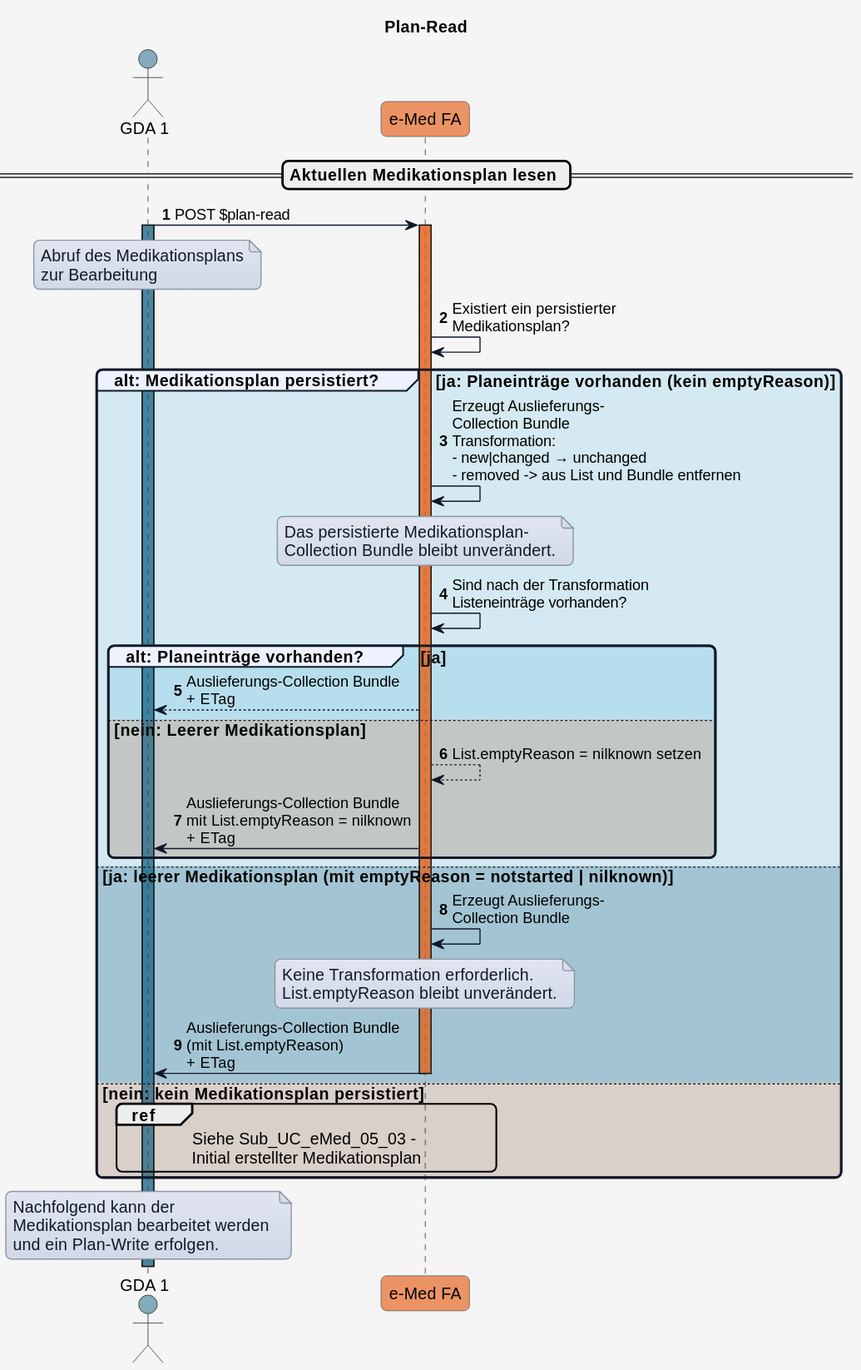
HL7Austria/hl7austria.github.io keeps this PlantUML diagram as r4-ELGA-e-Medikation-main/plantuml/UC_eMed_05_02.svg. Above is the earlier version.
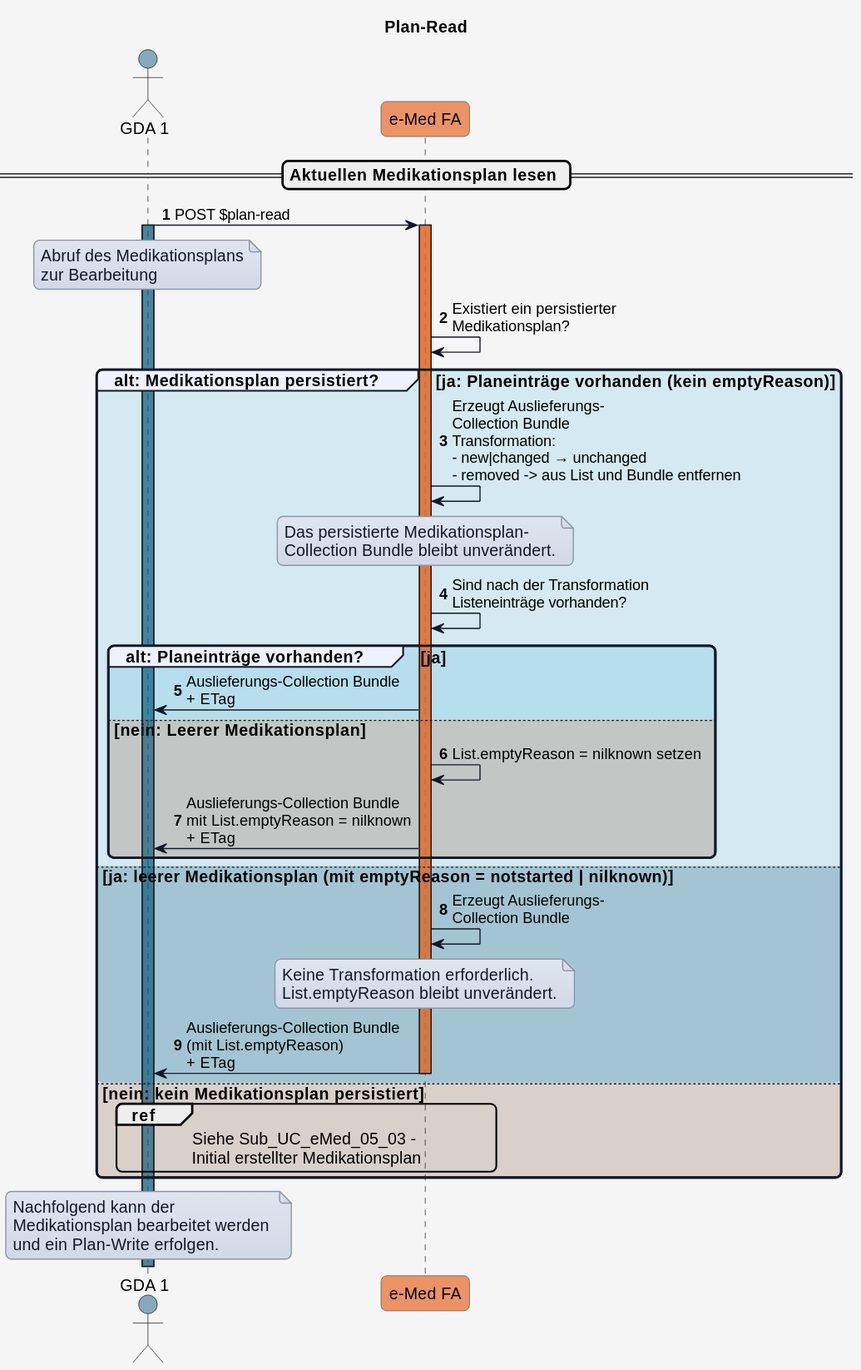
Later version of the same file.

Change to the diagram source:
```diff
@@ -78,11 +78,11 @@
   eMed_FA -> eMed_FA: Sind nach der Transformation\nListeneinträge vorhanden?
 
   group COLOR_OK alt: Planeinträge vorhanden? [ja]
-    eMed_FA --> GDA_1: Auslieferungs-Collection Bundle\n+ ETag
+    eMed_FA -> GDA_1: Auslieferungs-Collection Bundle\n+ ETag
 
   else COLOR_ERROR nein: Leerer Medikationsplan
 
-    eMed_FA --> eMed_FA: List.emptyReason = nilknown setzen
+    eMed_FA -> eMed_FA: List.emptyReason = nilknown setzen
     eMed_FA -> GDA_1: Auslieferungs-Collection Bundle\nmit List.emptyReason = nilknown\n+ ETag
 
   end
```
